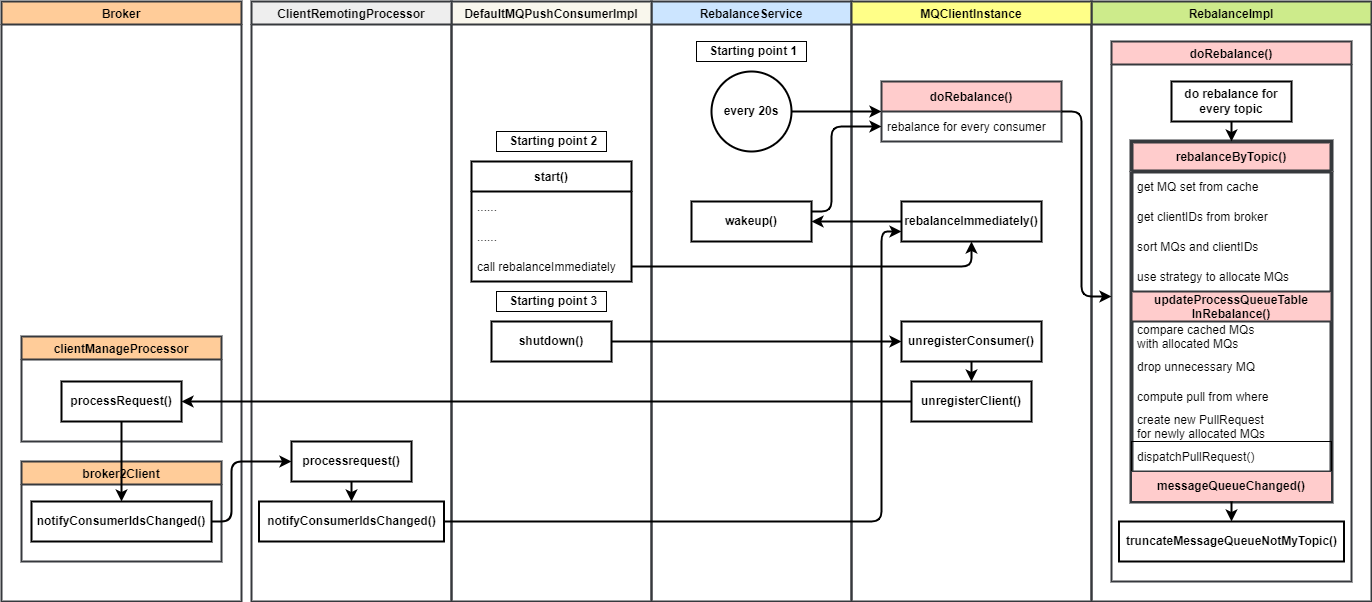
Before: assets/rocketmq-consume-message/rocketmq-consumer-rebalance-process.drawio.png, a diagram exported from draw.io (HScarb/knowledge). Source tidied: cells renumbered, new cells last; positions are measured from the earlier drawing's top-left corner, leaving out a move shared by most shapes.
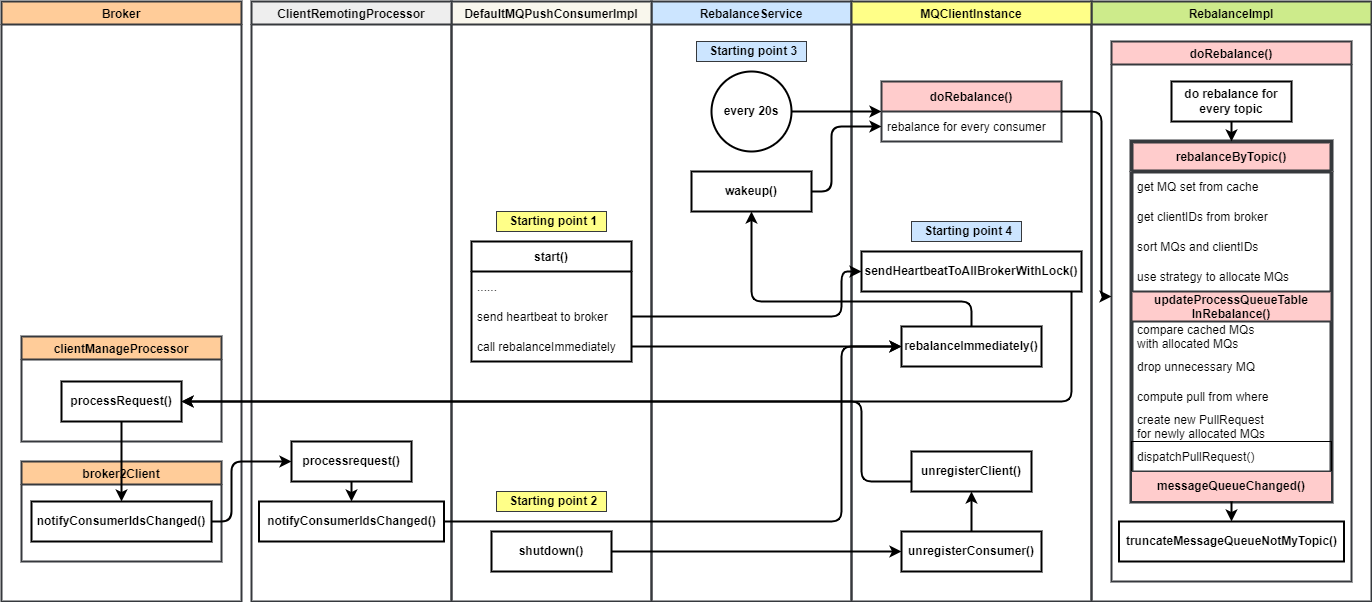
Later version of the same file.

The edit, as a diff of the source:
```diff
@@ -9,9 +9,9 @@
       <mxGeometry x="60" y="70" width="80" height="80" as="geometry" />
     </mxCell>
     <mxCell id="4" value="wakeup()" style="rounded=0;whiteSpace=wrap;html=1;strokeColor=default;strokeWidth=2;fontStyle=1;" parent="2" vertex="1">
-      <mxGeometry x="40" y="200" width="120" height="40" as="geometry" />
+      <mxGeometry x="40" y="170" width="120" height="40" as="geometry" />
     </mxCell>
-    <mxCell id="5" value="&amp;nbsp;Starting point 1" style="text;html=1;align=center;verticalAlign=middle;strokeWidth=1;fontStyle=1;shadow=0;sketch=0;strokeColor=default;fillColor=none;" parent="2" vertex="1">
+    <mxCell id="5" value="&amp;nbsp;Starting point 3" style="text;html=1;align=center;verticalAlign=middle;strokeWidth=1;fontStyle=1;shadow=0;sketch=0;strokeColor=#36393d;fillColor=#cce5ff;" parent="2" vertex="1">
       <mxGeometry x="45" y="40" width="110" height="20" as="geometry" />
     </mxCell>
     <mxCell id="6" value="RebalanceImpl" style="swimlane;strokeWidth=2;fillColor=#cdeb8b;strokeColor=#36393d;" parent="1" vertex="1">
@@ -78,62 +78,65 @@
       <mxGeometry y="30" width="180" height="30" as="geometry" />
     </mxCell>
     <mxCell id="27" value="rebalanceImmediately()" style="rounded=0;whiteSpace=wrap;html=1;strokeColor=default;strokeWidth=2;fontStyle=1;" parent="24" vertex="1">
-      <mxGeometry x="50" y="200" width="140" height="40" as="geometry" />
+      <mxGeometry x="50" y="325" width="140" height="40" as="geometry" />
     </mxCell>
     <mxCell id="28" style="edgeStyle=orthogonalEdgeStyle;html=1;strokeWidth=2;" parent="24" edge="1" source="29" target="30">
       <mxGeometry relative="1" as="geometry" />
     </mxCell>
     <mxCell id="29" value="unregisterConsumer()" style="rounded=0;whiteSpace=wrap;html=1;strokeColor=default;strokeWidth=2;fontStyle=1;" parent="24" vertex="1">
-      <mxGeometry x="50" y="320" width="140" height="40" as="geometry" />
+      <mxGeometry x="50" y="530" width="140" height="40" as="geometry" />
     </mxCell>
     <mxCell id="30" value="unregisterClient()" style="rounded=0;whiteSpace=wrap;html=1;strokeColor=default;strokeWidth=2;fontStyle=1;" parent="24" vertex="1">
-      <mxGeometry x="60" y="380" width="120" height="40" as="geometry" />
+      <mxGeometry x="60" y="450" width="120" height="40" as="geometry" />
     </mxCell>
+    <mxCell id="58" value="sendHeartbeatToAllBrokerWithLock()" style="rounded=0;whiteSpace=wrap;html=1;strokeColor=default;strokeWidth=2;fontStyle=1;fillColor=#FFFFFF;" parent="24" vertex="1">
+      <mxGeometry x="10" y="250" width="220" height="40" as="geometry" />
+    </mxCell>
+    <mxCell id="59" value="&amp;nbsp;Starting point 4" style="text;html=1;align=center;verticalAlign=middle;strokeWidth=1;fontStyle=1;shadow=0;sketch=0;strokeColor=#36393d;fillColor=#cce5ff;" parent="24" vertex="1">
+      <mxGeometry x="60" y="220" width="110" height="20" as="geometry" />
+    </mxCell>
     <mxCell id="31" style="edgeStyle=none;html=1;strokeWidth=2;" parent="1" edge="1" source="3" target="25">
       <mxGeometry relative="1" as="geometry" />
     </mxCell>
     <mxCell id="32" style="edgeStyle=orthogonalEdgeStyle;html=1;strokeWidth=2;" parent="1" edge="1" source="25" target="7">
       <mxGeometry relative="1" as="geometry">
         <Array as="points">
-          <mxPoint x="1080" y="110" />
-          <mxPoint x="1080" y="295" />
+          <mxPoint x="1100" y="110" />
+          <mxPoint x="1100" y="295" />
         </Array>
       </mxGeometry>
     </mxCell>
     <mxCell id="33" style="edgeStyle=orthogonalEdgeStyle;html=1;strokeWidth=2;" parent="1" edge="1" source="4" target="26">
       <mxGeometry relative="1" as="geometry">
         <Array as="points">
-          <mxPoint x="830" y="210" />
+          <mxPoint x="830" y="190" />
           <mxPoint x="830" y="125" />
         </Array>
       </mxGeometry>
     </mxCell>
-    <mxCell id="34" style="edgeStyle=orthogonalEdgeStyle;html=1;strokeWidth=2;" parent="1" edge="1" source="27" target="4">
-      <mxGeometry relative="1" as="geometry" />
-    </mxCell>
     <mxCell id="35" value="DefaultMQPushConsumerImpl" style="swimlane;rounded=0;strokeColor=#36393d;strokeWidth=2;fillColor=#f9f7ed;" parent="1" vertex="1">
       <mxGeometry x="450" width="200" height="600" as="geometry" />
     </mxCell>
     <mxCell id="36" value="start()" style="swimlane;fontStyle=1;horizontal=1;startSize=30;rounded=0;strokeColor=default;strokeWidth=2;" parent="35" vertex="1">
-      <mxGeometry x="20" y="160" width="160" height="120" as="geometry" />
+      <mxGeometry x="20" y="240" width="160" height="120" as="geometry" />
     </mxCell>
     <mxCell id="37" value="......" style="text;strokeColor=none;fillColor=none;align=left;verticalAlign=middle;spacingLeft=4;spacingRight=4;overflow=hidden;rounded=0;" parent="36" vertex="1">
       <mxGeometry y="30" width="160" height="30" as="geometry" />
     </mxCell>
-    <mxCell id="38" value="......" style="text;strokeColor=none;fillColor=none;align=left;verticalAlign=middle;spacingLeft=4;spacingRight=4;overflow=hidden;points=[[0,0.5],[1,0.5]];portConstraint=eastwest;rounded=0;" parent="36" vertex="1">
+    <mxCell id="38" value="send heartbeat to broker" style="text;strokeColor=none;fillColor=none;align=left;verticalAlign=middle;spacingLeft=4;spacingRight=4;overflow=hidden;points=[[0,0.5],[1,0.5]];portConstraint=eastwest;rounded=0;" parent="36" vertex="1">
       <mxGeometry y="60" width="160" height="30" as="geometry" />
     </mxCell>
     <mxCell id="39" value="call rebalanceImmediately" style="text;strokeColor=none;fillColor=none;align=left;verticalAlign=middle;spacingLeft=4;spacingRight=4;overflow=hidden;points=[[0,0.5],[1,0.5]];portConstraint=eastwest;rounded=0;" parent="36" vertex="1">
       <mxGeometry y="90" width="160" height="30" as="geometry" />
     </mxCell>
     <mxCell id="40" value="shutdown()" style="rounded=0;whiteSpace=wrap;html=1;strokeColor=default;strokeWidth=2;fontStyle=1;" parent="35" vertex="1">
-      <mxGeometry x="40" y="320" width="120" height="40" as="geometry" />
+      <mxGeometry x="40" y="530" width="120" height="40" as="geometry" />
     </mxCell>
-    <mxCell id="41" value="&amp;nbsp;Starting point 2" style="text;html=1;align=center;verticalAlign=middle;strokeWidth=1;fontStyle=1;shadow=0;sketch=0;strokeColor=default;" parent="35" vertex="1">
-      <mxGeometry x="45" y="130" width="110" height="20" as="geometry" />
+    <mxCell id="41" value="&amp;nbsp;Starting point 1" style="text;html=1;align=center;verticalAlign=middle;strokeWidth=1;fontStyle=1;shadow=0;sketch=0;strokeColor=#36393d;fillColor=#ffff88;" parent="35" vertex="1">
+      <mxGeometry x="45" y="210" width="110" height="20" as="geometry" />
     </mxCell>
-    <mxCell id="42" value="&amp;nbsp;Starting point 3" style="text;html=1;align=center;verticalAlign=middle;strokeWidth=1;fontStyle=1;shadow=0;sketch=0;strokeColor=default;" parent="35" vertex="1">
-      <mxGeometry x="45" y="290" width="110" height="20" as="geometry" />
+    <mxCell id="42" value="&amp;nbsp;Starting point 2" style="text;html=1;align=center;verticalAlign=middle;strokeWidth=1;fontStyle=1;shadow=0;sketch=0;strokeColor=#36393d;fillColor=#ffff88;" parent="35" vertex="1">
+      <mxGeometry x="45" y="490" width="110" height="20" as="geometry" />
     </mxCell>
     <mxCell id="43" value="Broker" style="swimlane;rounded=0;strokeColor=#36393d;strokeWidth=2;fillColor=#ffcc99;" parent="1" vertex="1">
       <mxGeometry width="240" height="600" as="geometry" />
@@ -165,9 +168,6 @@
     <mxCell id="52" value="notifyConsumerIdsChanged()" style="rounded=0;whiteSpace=wrap;html=1;strokeColor=default;strokeWidth=2;fontStyle=1;" parent="49" vertex="1">
       <mxGeometry x="7.5" y="500" width="185" height="40" as="geometry" />
     </mxCell>
-    <mxCell id="53" style="edgeStyle=orthogonalEdgeStyle;html=1;strokeWidth=2;" parent="1" edge="1" source="30" target="45">
-      <mxGeometry relative="1" as="geometry" />
-    </mxCell>
     <mxCell id="54" style="edgeStyle=orthogonalEdgeStyle;html=1;strokeWidth=2;" parent="1" edge="1" source="40" target="29">
       <mxGeometry relative="1" as="geometry" />
     </mxCell>
@@ -179,16 +179,47 @@
         </Array>
       </mxGeometry>
     </mxCell>
+    <mxCell id="57" style="edgeStyle=orthogonalEdgeStyle;html=1;strokeWidth=2;" parent="1" edge="1" source="39" target="27">
+      <mxGeometry relative="1" as="geometry" />
+    </mxCell>
+    <mxCell id="60" style="edgeStyle=orthogonalEdgeStyle;html=1;strokeWidth=2;" parent="1" edge="1" source="38" target="58">
+      <mxGeometry relative="1" as="geometry">
+        <Array as="points">
+          <mxPoint x="840" y="315" />
+          <mxPoint x="840" y="270" />
+        </Array>
+      </mxGeometry>
+    </mxCell>
+    <mxCell id="53" style="edgeStyle=orthogonalEdgeStyle;html=1;strokeWidth=2;" parent="1" edge="1" source="30" target="45">
+      <mxGeometry relative="1" as="geometry">
+        <Array as="points">
+          <mxPoint x="860" y="480" />
+          <mxPoint x="860" y="400" />
+        </Array>
+      </mxGeometry>
+    </mxCell>
+    <mxCell id="61" style="edgeStyle=orthogonalEdgeStyle;html=1;strokeWidth=2;" parent="1" edge="1" source="58" target="45">
+      <mxGeometry relative="1" as="geometry">
+        <Array as="points">
+          <mxPoint x="1070" y="400" />
+        </Array>
+      </mxGeometry>
+    </mxCell>
     <mxCell id="56" style="edgeStyle=orthogonalEdgeStyle;html=1;strokeWidth=2;" parent="1" edge="1" source="52" target="27">
       <mxGeometry relative="1" as="geometry">
         <Array as="points">
-          <mxPoint x="880" y="520" />
-          <mxPoint x="880" y="230" />
+          <mxPoint x="840" y="520" />
+          <mxPoint x="840" y="345" />
         </Array>
       </mxGeometry>
     </mxCell>
-    <mxCell id="57" style="edgeStyle=orthogonalEdgeStyle;html=1;strokeWidth=2;" parent="1" edge="1" source="39" target="27">
-      <mxGeometry relative="1" as="geometry" />
-    </mxCell>
+    <mxCell id="34" style="edgeStyle=orthogonalEdgeStyle;html=1;strokeWidth=2;" parent="1" edge="1" source="27" target="4">
+      <mxGeometry relative="1" as="geometry">
+        <Array as="points">
+          <mxPoint x="970" y="300" />
+          <mxPoint x="750" y="300" />
+        </Array>
+      </mxGeometry>
+    </mxCell>
   </root>
 </mxGraphModel>
```
